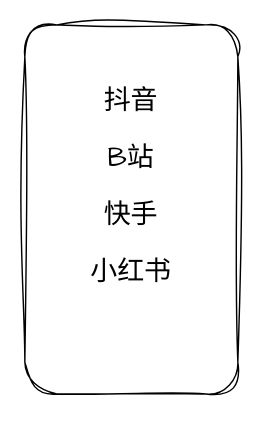
Earlier version of the draw.io diagram 公域账号管理.drawio (skindhu/9GAG). Source tidied: cells renumbered, new cells numbered last; positions are measured from the earlier drawing's top-left corner, leaving out a move shared by most shapes. Both pictures are drawn from the tidied source at 142%, with x=0, y=0 at pixel (24, 24).
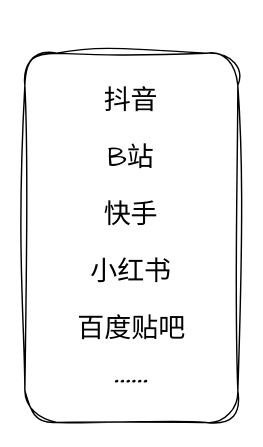
After the change.

Commit message (it also covers changes not shown here):
更新公域账号管理.drawio

What changed in the source:
```diff
@@
 <mxGraphModel>
   <root>
     <mxCell id="0" />
     <mxCell id="1" parent="0" />
     <mxCell id="2" style="rounded=1;whiteSpace=wrap;html=1;sketch=1;hachureGap=4;jiggle=2;curveFitting=1;fontFamily=Architects Daughter;" parent="1" vertex="1">
-      <mxGeometry width="150" height="260" as="geometry" />
+      <mxGeometry y="20" width="150" height="260" as="geometry" />
     </mxCell>
     <mxCell id="3" value="抖音" style="text;html=1;whiteSpace=wrap;strokeColor=none;fillColor=none;align=center;verticalAlign=middle;rounded=0;fontFamily=Architects Daughter;fontSize=19;" parent="1" vertex="1">
       <mxGeometry x="45" y="40" width="60" height="30" as="geometry" />
     </mxCell>
     <mxCell id="4" value="B站" style="text;html=1;whiteSpace=wrap;strokeColor=none;fillColor=none;align=center;verticalAlign=middle;rounded=0;fontFamily=Architects Daughter;fontSize=19;" parent="1" vertex="1">
       <mxGeometry x="45" y="80" width="60" height="30" as="geometry" />
     </mxCell>
     <mxCell id="5" value="快手" style="text;html=1;whiteSpace=wrap;strokeColor=none;fillColor=none;align=center;verticalAlign=middle;rounded=0;fontFamily=Architects Daughter;fontSize=19;" parent="1" vertex="1">
       <mxGeometry x="45" y="120" width="60" height="30" as="geometry" />
     </mxCell>
     <mxCell id="6" value="小红书" style="text;html=1;whiteSpace=wrap;strokeColor=none;fillColor=none;align=center;verticalAlign=middle;rounded=0;fontFamily=Architects Daughter;fontSize=19;" parent="1" vertex="1">
       <mxGeometry x="45" y="160" width="60" height="30" as="geometry" />
     </mxCell>
+    <mxCell id="7" value="百度贴吧" style="text;html=1;whiteSpace=wrap;strokeColor=none;fillColor=none;align=center;verticalAlign=middle;rounded=0;fontFamily=Architects Daughter;fontSize=19;" parent="1" vertex="1">
+      <mxGeometry x="32.5" y="200" width="85" height="30" as="geometry" />
+    </mxCell>
+    <mxCell id="8" value="……" style="text;html=1;whiteSpace=wrap;strokeColor=none;fillColor=none;align=center;verticalAlign=middle;rounded=0;fontFamily=Architects Daughter;fontSize=29;" parent="1" vertex="1">
+      <mxGeometry x="32.5" y="230" width="85" height="30" as="geometry" />
+    </mxCell>
   </root>
 </mxGraphModel>
```
